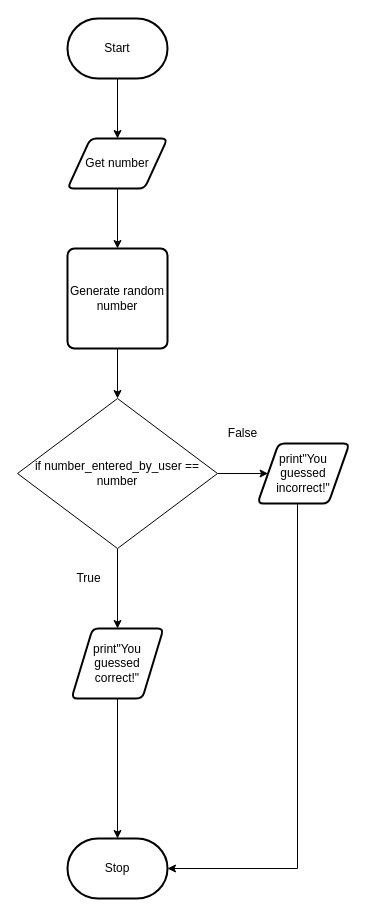
Earlier version of the draw.io diagram flowchart.drawio (michael-clermont1/ICS3U-Unit4-05-Python). Source tidied: cells renumbered, new cells numbered last; positions are measured from the earlier drawing's top-left corner, leaving out a move shared by most shapes. Both pictures are drawn from the tidied source at 100%, with x=0, y=0 at pixel (17, 18).
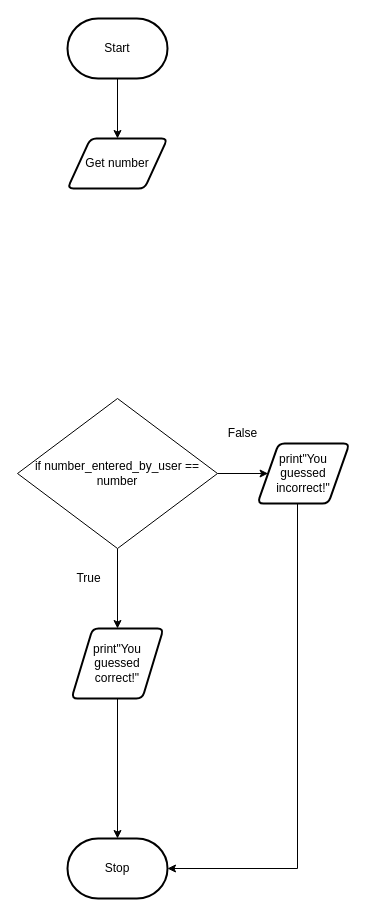
After the change.

Diff of the diagram source:
```diff
@@
 <mxGraphModel>
   <root>
     <mxCell id="0" />
     <mxCell id="1" parent="0" />
-    <mxCell id="2" style="edgeStyle=orthogonalEdgeStyle;rounded=0;html=1;exitX=0.5;exitY=1;exitDx=0;exitDy=0;entryX=0.5;entryY=0;entryDx=0;entryDy=0;" parent="1" edge="1" source="3" target="17">
-      <mxGeometry relative="1" as="geometry" />
-    </mxCell>
     <mxCell id="3" value="Get number" style="shape=parallelogram;html=1;strokeWidth=2;perimeter=parallelogramPerimeter;whiteSpace=wrap;rounded=1;arcSize=12;size=0.23;" parent="1" vertex="1">
       <mxGeometry x="50" y="120" width="100" height="50" as="geometry" />
     </mxCell>
     <mxCell id="4" style="edgeStyle=orthogonalEdgeStyle;rounded=0;html=1;entryX=0.5;entryY=0;entryDx=0;entryDy=0;" parent="1" edge="1" source="5" target="3">
       <mxGeometry relative="1" as="geometry" />
     </mxCell>
     <mxCell id="5" value="Start" style="strokeWidth=2;html=1;shape=mxgraph.flowchart.terminator;whiteSpace=wrap;" parent="1" vertex="1">
       <mxGeometry x="50" width="100" height="60" as="geometry" />
     </mxCell>
     <mxCell id="6" value="Stop" style="strokeWidth=2;html=1;shape=mxgraph.flowchart.terminator;whiteSpace=wrap;" parent="1" vertex="1">
       <mxGeometry x="50" y="820" width="100" height="60" as="geometry" />
     </mxCell>
     <mxCell id="7" style="edgeStyle=orthogonalEdgeStyle;rounded=0;html=1;entryX=0.5;entryY=0;entryDx=0;entryDy=0;entryPerimeter=0;" parent="1" edge="1" source="8" target="6">
       <mxGeometry relative="1" as="geometry" />
     </mxCell>
     <mxCell id="8" value="print&quot;You guessed correct!&quot;" style="shape=parallelogram;html=1;strokeWidth=2;perimeter=parallelogramPerimeter;whiteSpace=wrap;rounded=1;arcSize=12;size=0.23;" parent="1" vertex="1">
       <mxGeometry x="54" y="610" width="92" height="70" as="geometry" />
     </mxCell>
     <mxCell id="9" style="edgeStyle=orthogonalEdgeStyle;rounded=0;html=1;entryX=1;entryY=0.5;entryDx=0;entryDy=0;entryPerimeter=0;" parent="1" edge="1" source="10" target="6">
       <mxGeometry relative="1" as="geometry">
         <Array as="points">
           <mxPoint x="280" y="850" />
         </Array>
       </mxGeometry>
     </mxCell>
     <mxCell id="10" value="print&quot;You guessed incorrect!&quot;" style="shape=parallelogram;html=1;strokeWidth=2;perimeter=parallelogramPerimeter;whiteSpace=wrap;rounded=1;arcSize=12;size=0.23;" parent="1" vertex="1">
       <mxGeometry x="240" y="425" width="92" height="60" as="geometry" />
     </mxCell>
     <mxCell id="11" style="edgeStyle=none;html=1;entryX=0.5;entryY=0;entryDx=0;entryDy=0;" parent="1" edge="1" source="13" target="8">
       <mxGeometry relative="1" as="geometry" />
     </mxCell>
     <mxCell id="12" style="edgeStyle=orthogonalEdgeStyle;html=1;entryX=0;entryY=0.5;entryDx=0;entryDy=0;" parent="1" edge="1" source="13" target="10">
       <mxGeometry relative="1" as="geometry" />
     </mxCell>
     <mxCell id="13" value="&lt;span&gt;if number_entered_by_user == number&lt;/span&gt;" style="rhombus;whiteSpace=wrap;html=1;" parent="1" vertex="1">
       <mxGeometry y="380" width="200" height="150" as="geometry" />
     </mxCell>
     <mxCell id="14" value="False" style="text;html=1;align=center;verticalAlign=middle;fillColor=none;strokeColor=none;rounded=0;" parent="1" vertex="1">
       <mxGeometry x="200" y="405" width="50" height="20" as="geometry" />
     </mxCell>
     <mxCell id="15" value="True" style="text;html=1;align=center;verticalAlign=middle;fillColor=none;strokeColor=none;rounded=0;" parent="1" vertex="1">
       <mxGeometry x="51" y="550" width="40" height="20" as="geometry" />
     </mxCell>
-    <mxCell id="16" style="edgeStyle=orthogonalEdgeStyle;rounded=0;html=1;entryX=0.5;entryY=0;entryDx=0;entryDy=0;" parent="1" edge="1" source="17" target="13">
-      <mxGeometry relative="1" as="geometry" />
-    </mxCell>
-    <mxCell id="17" value="Generate random number" style="rounded=1;whiteSpace=wrap;html=1;absoluteArcSize=1;arcSize=14;strokeWidth=2;" parent="1" vertex="1">
-      <mxGeometry x="50" y="230" width="100" height="100" as="geometry" />
-    </mxCell>
   </root>
 </mxGraphModel>
```
